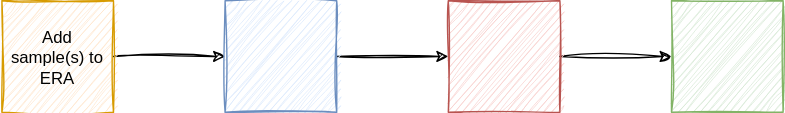
This is workflow.drawio.svg from keeble/i19-1-workshop, a draw.io export, as it was before one commit. Source tidied: cells renumbered, new cells last; positions are measured from the earlier drawing's top-left corner, leaving out a move shared by most shapes.
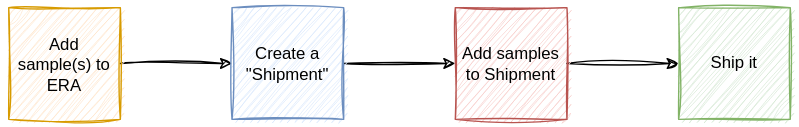
The same diagram one commit later.

Change to the diagram source:
```diff
@@ -11,16 +11,16 @@
     <mxCell id="4" style="edgeStyle=orthogonalEdgeStyle;rounded=0;jettySize=auto;html=1;sketch=1;curveFitting=1;jiggle=2;" parent="1" edge="1" source="5" target="7">
       <mxGeometry relative="1" as="geometry" />
     </mxCell>
-    <mxCell id="5" style="whiteSpace=wrap;html=1;sketch=1;curveFitting=1;jiggle=2;fillColor=#dae8fc;strokeColor=#6c8ebf;" parent="1" vertex="1">
+    <mxCell id="5" value="Create a &quot;Shipment&quot;" style="whiteSpace=wrap;html=1;sketch=1;curveFitting=1;jiggle=2;fillColor=#dae8fc;strokeColor=#6c8ebf;" parent="1" vertex="1">
       <mxGeometry x="160" width="80" height="80" as="geometry" />
     </mxCell>
     <mxCell id="6" style="edgeStyle=orthogonalEdgeStyle;rounded=0;jettySize=auto;html=1;sketch=1;curveFitting=1;jiggle=2;" parent="1" edge="1" source="7" target="8">
       <mxGeometry relative="1" as="geometry" />
     </mxCell>
-    <mxCell id="7" style="whiteSpace=wrap;html=1;sketch=1;curveFitting=1;jiggle=2;fillColor=#f8cecc;strokeColor=#b85450;" parent="1" vertex="1">
+    <mxCell id="7" value="Add samples to Shipment" style="whiteSpace=wrap;html=1;sketch=1;curveFitting=1;jiggle=2;fillColor=#f8cecc;strokeColor=#b85450;" parent="1" vertex="1">
       <mxGeometry x="320" width="80" height="80" as="geometry" />
     </mxCell>
-    <mxCell id="8" style="whiteSpace=wrap;html=1;sketch=1;curveFitting=1;jiggle=2;fillColor=#d5e8d4;strokeColor=#82b366;" parent="1" vertex="1">
+    <mxCell id="8" value="Ship it " style="whiteSpace=wrap;html=1;sketch=1;curveFitting=1;jiggle=2;fillColor=#d5e8d4;strokeColor=#82b366;" parent="1" vertex="1">
       <mxGeometry x="480" width="80" height="80" as="geometry" />
     </mxCell>
   </root>
```
